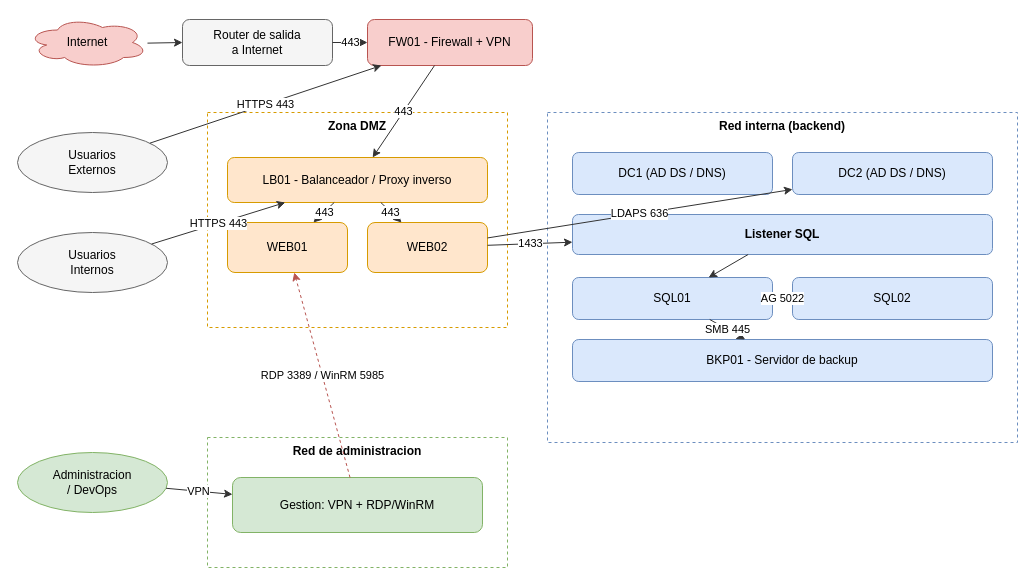
Earlier version of the draw.io diagram desarrollo/red/diagramas/10-arquitectura.drawio (arnaumartinezmorant-lang/PROYECTO). Source tidied: cells renumbered, new cells numbered last; positions are measured from the earlier drawing's top-left corner, leaving out a move shared by most shapes. Both pictures are drawn from the tidied source at 100%, with x=0, y=0 at pixel (17, 17).
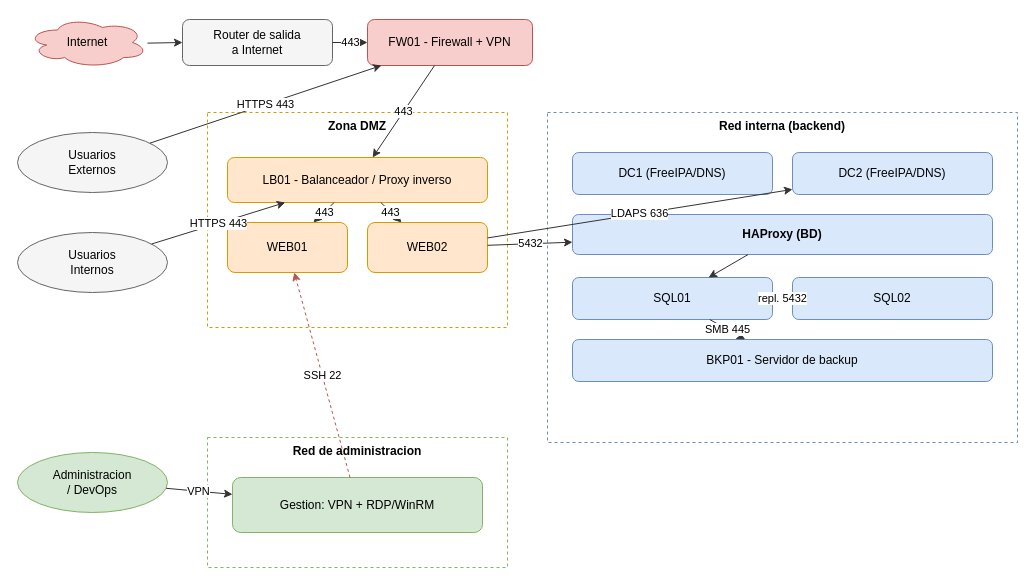
The same page after the edit.

The change refers to these unchanged cells:
```xml
<mxCell id="12" value="WEB01" style="rounded=1;whiteSpace=wrap;html=1;fillColor=#ffe6cc;strokeColor=#d79b00;fontSize=12;" parent="1" vertex="1">
  <mxGeometry x="210" y="205" width="120" height="50" as="geometry" />
</mxCell>
<mxCell id="13" value="WEB02" style="rounded=1;whiteSpace=wrap;html=1;fillColor=#ffe6cc;strokeColor=#d79b00;fontSize=12;" parent="1" vertex="1">
  <mxGeometry x="350" y="205" width="120" height="50" as="geometry" />
</mxCell>
<mxCell id="17" value="SQL01" style="rounded=1;whiteSpace=wrap;html=1;fillColor=#dae8fc;strokeColor=#6c8ebf;fontSize=12;" parent="1" vertex="1">
  <mxGeometry x="555" y="260" width="200" height="42" as="geometry" />
</mxCell>
<mxCell id="18" value="SQL02" style="rounded=1;whiteSpace=wrap;html=1;fillColor=#dae8fc;strokeColor=#6c8ebf;fontSize=12;" parent="1" vertex="1">
  <mxGeometry x="775" y="260" width="200" height="42" as="geometry" />
</mxCell>
<mxCell id="20" value="Gestion: VPN + RDP/WinRM" style="rounded=1;whiteSpace=wrap;html=1;fillColor=#d5e8d4;strokeColor=#82b366;fontSize=12;" parent="1" vertex="1">
  <mxGeometry x="215" y="460" width="250" height="55" as="geometry" />
</mxCell>
```

What changed in the source:
```diff
@@
-    <mxCell id="14" value="DC1 (AD DS / DNS)" style="rounded=1;whiteSpace=wrap;html=1;fillColor=#dae8fc;strokeColor=#6c8ebf;fontSize=12;" parent="1" vertex="1">
+    <mxCell id="14" value="DC1 (FreeIPA/DNS)" style="rounded=1;whiteSpace=wrap;html=1;fillColor=#dae8fc;strokeColor=#6c8ebf;fontSize=12;" parent="1" vertex="1">
       <mxGeometry x="555" y="135" width="200" height="42" as="geometry" />
     </mxCell>
-    <mxCell id="15" value="DC2 (AD DS / DNS)" style="rounded=1;whiteSpace=wrap;html=1;fillColor=#dae8fc;strokeColor=#6c8ebf;fontSize=12;" parent="1" vertex="1">
+    <mxCell id="15" value="DC2 (FreeIPA/DNS)" style="rounded=1;whiteSpace=wrap;html=1;fillColor=#dae8fc;strokeColor=#6c8ebf;fontSize=12;" parent="1" vertex="1">
       <mxGeometry x="775" y="135" width="200" height="42" as="geometry" />
     </mxCell>
-    <mxCell id="16" value="Listener SQL" style="rounded=1;whiteSpace=wrap;html=1;fillColor=#dae8fc;strokeColor=#6c8ebf;fontSize=12;fontStyle=1;" parent="1" vertex="1">
+    <mxCell id="16" value="HAProxy (BD)" style="rounded=1;whiteSpace=wrap;html=1;fillColor=#dae8fc;strokeColor=#6c8ebf;fontSize=12;fontStyle=1;" parent="1" vertex="1">
       <mxGeometry x="555" y="197" width="420" height="40" as="geometry" />
     </mxCell>
@@
-    <mxCell id="28" value="1433" style="endArrow=classic;html=1;rounded=0;strokeColor=#333333;fontSize=11;" parent="1" edge="1" source="13" target="16">
+    <mxCell id="28" value="5432" style="endArrow=classic;html=1;rounded=0;strokeColor=#333333;fontSize=11;" parent="1" edge="1" source="13" target="16">
       <mxGeometry relative="1" as="geometry" />
     </mxCell>
@@
-    <mxCell id="31" value="AG 5022" style="endArrow=classic;html=1;rounded=0;strokeColor=#333333;fontSize=11;startArrow=classic;" parent="1" edge="1" source="17" target="18">
+    <mxCell id="31" value="repl. 5432" style="endArrow=classic;html=1;rounded=0;strokeColor=#333333;fontSize=11;startArrow=classic;" parent="1" edge="1" source="17" target="18">
       <mxGeometry relative="1" as="geometry" />
     </mxCell>
@@
-    <mxCell id="34" value="RDP 3389 / WinRM 5985" style="endArrow=classic;html=1;rounded=0;strokeColor=#b85450;fontSize=11;dashed=1;" parent="1" edge="1" source="20" target="12">
+    <mxCell id="34" value="SSH 22" style="endArrow=classic;html=1;rounded=0;strokeColor=#b85450;fontSize=11;dashed=1;" parent="1" edge="1" source="20" target="12">
       <mxGeometry relative="1" as="geometry" />
     </mxCell>
```
